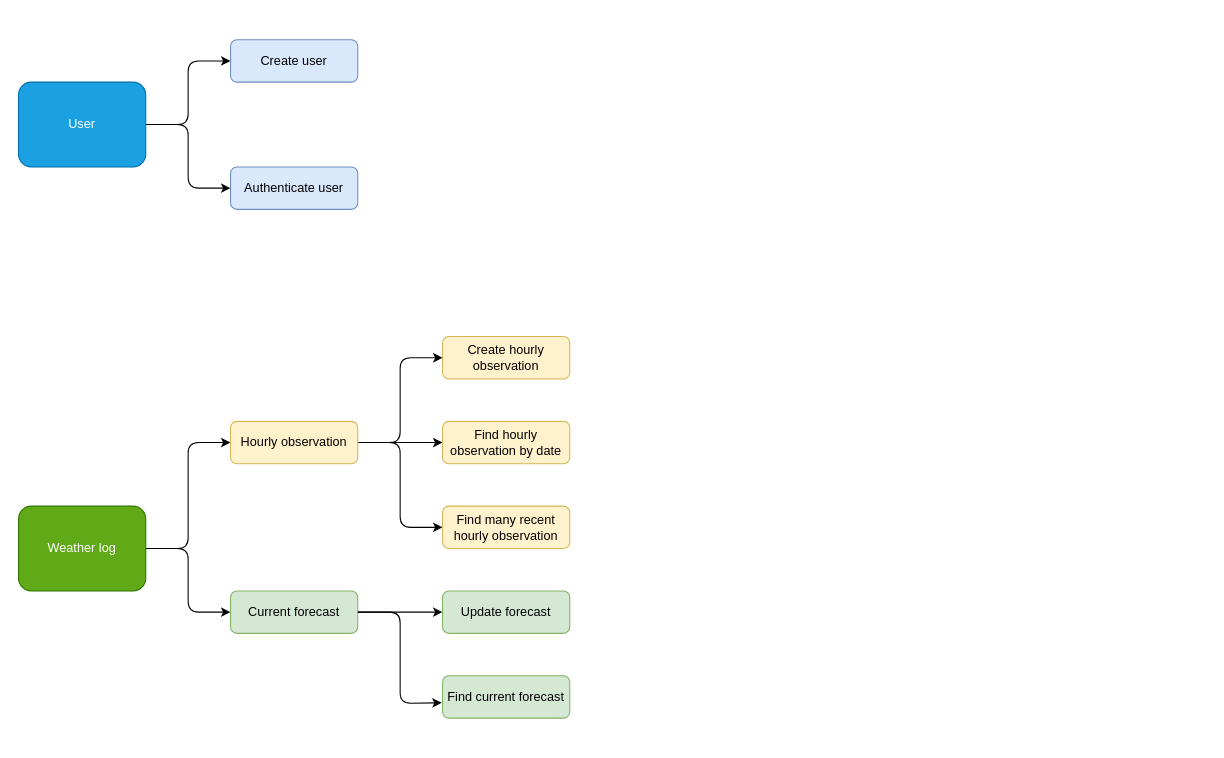
Before: backend/use-cases.drawio in SantiagoMorais/weather-api-with-messaging-system, a draw.io diagram. Source tidied: cells renumbered, new cells numbered last; positions are measured from the earlier drawing's top-left corner, leaving out a move shared by most shapes. Both pictures are drawn from the tidied source at 106%, with x=0, y=0 at pixel (18, 39).
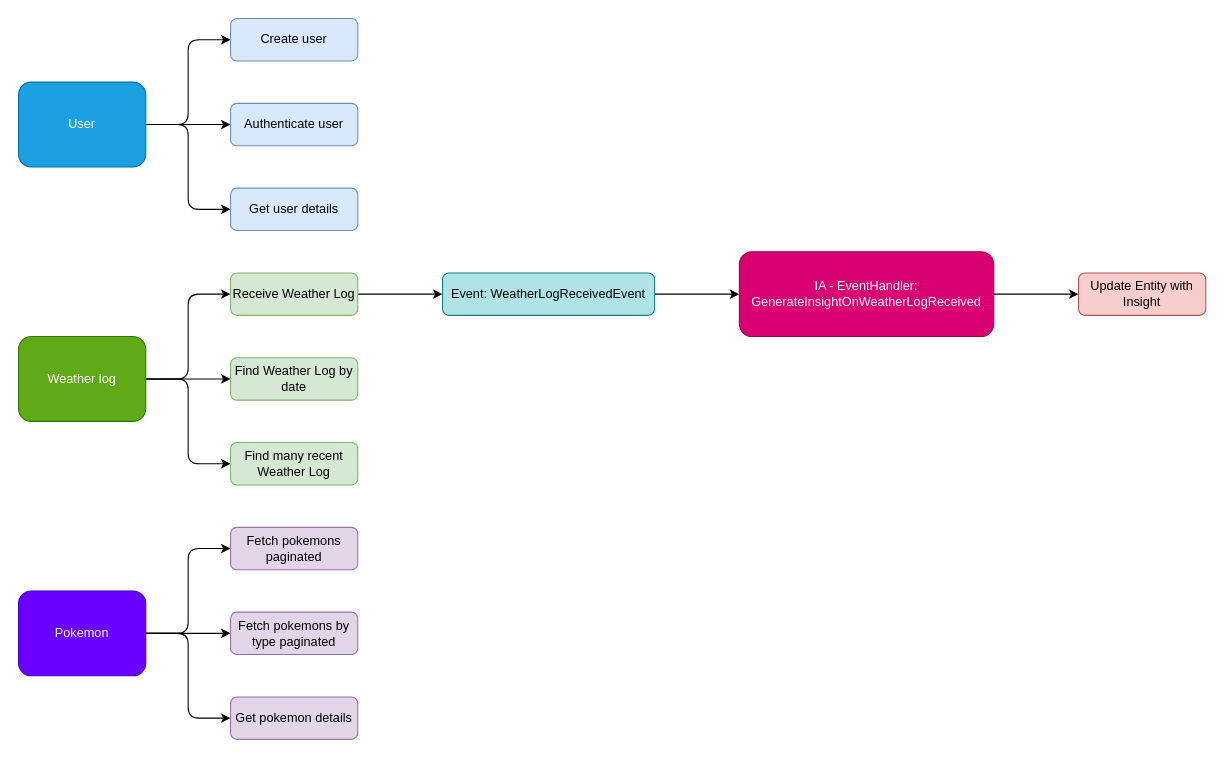
The same diagram, later.

The change refers to these unchanged cells:
```xml
<mxCell id="4" value="User" style="rounded=1;whiteSpace=wrap;html=1;fillColor=#1ba1e2;strokeColor=#006EAF;fontColor=#ffffff;" parent="1" vertex="1">
  <mxGeometry y="40" width="120" height="80" as="geometry" />
</mxCell>
```

The edit, as a diff of the source:
```diff
@@
     <mxCell id="2" style="edgeStyle=none;html=1;entryX=0;entryY=0.5;entryDx=0;entryDy=0;exitX=1;exitY=0.5;exitDx=0;exitDy=0;" parent="1" edge="1" source="4" target="5">
       <mxGeometry relative="1" as="geometry">
         <Array as="points">
           <mxPoint x="160" y="80" />
-          <mxPoint x="160" y="140" />
+          <mxPoint x="160" y="160" />
         </Array>
       </mxGeometry>
     </mxCell>
     <mxCell id="3" style="edgeStyle=none;html=1;entryX=0;entryY=0.5;entryDx=0;entryDy=0;" parent="1" edge="1" source="4" target="6">
       <mxGeometry relative="1" as="geometry">
         <Array as="points">
           <mxPoint x="160" y="80" />
-          <mxPoint x="160" y="20" />
+          <mxPoint x="160" />
         </Array>
       </mxGeometry>
     </mxCell>
+    <mxCell id="22" style="edgeStyle=none;html=1;" parent="1" edge="1" source="4" target="33">
+      <mxGeometry relative="1" as="geometry" />
+    </mxCell>
@@
-    <mxCell id="5" value="Authenticate user" style="rounded=1;whiteSpace=wrap;html=1;fillColor=#dae8fc;strokeColor=#6c8ebf;" parent="1" vertex="1">
-      <mxGeometry x="200" y="120" width="120" height="40" as="geometry" />
+    <mxCell id="5" value="&lt;span style=&quot;color: rgb(0, 0, 0);&quot;&gt;Get user details&lt;/span&gt;" style="rounded=1;whiteSpace=wrap;html=1;fillColor=#dae8fc;strokeColor=#6c8ebf;" parent="1" vertex="1">
+      <mxGeometry x="200" y="140" width="120" height="40" as="geometry" />
     </mxCell>
     <mxCell id="6" value="Create&amp;nbsp;user" style="rounded=1;whiteSpace=wrap;html=1;fillColor=#dae8fc;strokeColor=#6c8ebf;" parent="1" vertex="1">
-      <mxGeometry x="200" width="120" height="40" as="geometry" />
+      <mxGeometry x="200" y="-20" width="120" height="40" as="geometry" />
     </mxCell>
-    <mxCell id="7" style="edgeStyle=none;html=1;entryX=0;entryY=0.5;entryDx=0;entryDy=0;exitX=1;exitY=0.5;exitDx=0;exitDy=0;" parent="1" edge="1" source="9" target="13">
-      <mxGeometry relative="1" as="geometry">
-        <Array as="points">
-          <mxPoint x="160" y="480" />
-          <mxPoint x="160" y="380" />
-        </Array>
-      </mxGeometry>
-    </mxCell>
-    <mxCell id="8" style="edgeStyle=none;html=1;exitX=1;exitY=0.5;exitDx=0;exitDy=0;entryX=0;entryY=0.5;entryDx=0;entryDy=0;" parent="1" edge="1" source="9" target="15">
-      <mxGeometry relative="1" as="geometry">
-        <Array as="points">
-          <mxPoint x="160" y="480" />
-          <mxPoint x="160" y="540" />
-        </Array>
-      </mxGeometry>
-    </mxCell>
+    <mxCell id="23" style="edgeStyle=none;html=1;entryX=0;entryY=0.5;entryDx=0;entryDy=0;" parent="1" edge="1" source="9" target="40">
+      <mxGeometry relative="1" as="geometry">
+        <Array as="points">
+          <mxPoint x="160" y="320" />
+          <mxPoint x="160" y="240" />
+        </Array>
+      </mxGeometry>
+    </mxCell>
+    <mxCell id="24" style="edgeStyle=none;html=1;entryX=0;entryY=0.5;entryDx=0;entryDy=0;" parent="1" edge="1" source="9" target="41">
+      <mxGeometry relative="1" as="geometry" />
+    </mxCell>
+    <mxCell id="25" style="edgeStyle=none;html=1;entryX=0;entryY=0.5;entryDx=0;entryDy=0;exitX=1;exitY=0.5;exitDx=0;exitDy=0;" parent="1" edge="1" source="9" target="42">
+      <mxGeometry relative="1" as="geometry">
+        <Array as="points">
+          <mxPoint x="160" y="320" />
+          <mxPoint x="160" y="400" />
+        </Array>
+      </mxGeometry>
+    </mxCell>
     <mxCell id="9" value="Weather log" style="rounded=1;whiteSpace=wrap;html=1;fillColor=#60a917;strokeColor=#2D7600;fontColor=#ffffff;" parent="1" vertex="1">
-      <mxGeometry y="440" width="120" height="80" as="geometry" />
+      <mxGeometry y="280" width="120" height="80" as="geometry" />
     </mxCell>
-    <mxCell id="10" style="edgeStyle=none;html=1;" parent="1" edge="1" source="13" target="16">
-      <mxGeometry relative="1" as="geometry" />
-    </mxCell>
-    <mxCell id="11" style="edgeStyle=none;html=1;entryX=0;entryY=0.5;entryDx=0;entryDy=0;exitX=1;exitY=0.5;exitDx=0;exitDy=0;" parent="1" edge="1" source="13" target="17">
-      <mxGeometry relative="1" as="geometry">
-        <Array as="points">
-          <mxPoint x="360" y="380" />
-          <mxPoint x="360" y="300" />
-        </Array>
-      </mxGeometry>
-    </mxCell>
-    <mxCell id="12" style="edgeStyle=none;html=1;entryX=0;entryY=0.5;entryDx=0;entryDy=0;exitX=1;exitY=0.5;exitDx=0;exitDy=0;" parent="1" edge="1" source="13" target="18">
-      <mxGeometry relative="1" as="geometry">
-        <Array as="points">
-          <mxPoint x="360" y="380" />
-          <mxPoint x="360" y="460" />
-        </Array>
-      </mxGeometry>
-    </mxCell>
-    <mxCell id="13" value="Hourly observation" style="rounded=1;whiteSpace=wrap;html=1;fillColor=#fff2cc;strokeColor=#d6b656;" parent="1" vertex="1">
-      <mxGeometry x="200" y="360" width="120" height="40" as="geometry" />
-    </mxCell>
-    <mxCell id="14" style="edgeStyle=none;html=1;" parent="1" edge="1" source="15" target="19">
-      <mxGeometry relative="1" as="geometry" />
-    </mxCell>
-    <mxCell id="15" value="Current forecast" style="rounded=1;whiteSpace=wrap;html=1;fillColor=#d5e8d4;strokeColor=#82b366;" parent="1" vertex="1">
-      <mxGeometry x="200" y="520" width="120" height="40" as="geometry" />
-    </mxCell>
-    <mxCell id="16" value="&lt;span style=&quot;color: rgb(0, 0, 0);&quot;&gt;Find hourly observation by date&lt;/span&gt;" style="whiteSpace=wrap;html=1;fillColor=#fff2cc;strokeColor=#d6b656;rounded=1;" parent="1" vertex="1">
-      <mxGeometry x="400" y="360" width="120" height="40" as="geometry" />
-    </mxCell>
-    <mxCell id="17" value="Create hourly observation" style="whiteSpace=wrap;html=1;fillColor=#fff2cc;strokeColor=#d6b656;rounded=1;" parent="1" vertex="1">
-      <mxGeometry x="400" y="280" width="120" height="40" as="geometry" />
-    </mxCell>
-    <mxCell id="18" value="&lt;span style=&quot;color: rgb(0, 0, 0);&quot;&gt;Find many recent hourly observation&lt;/span&gt;" style="whiteSpace=wrap;html=1;fillColor=#fff2cc;strokeColor=#d6b656;rounded=1;" parent="1" vertex="1">
-      <mxGeometry x="400" y="440" width="120" height="40" as="geometry" />
-    </mxCell>
-    <mxCell id="19" value="Update forecast" style="rounded=1;whiteSpace=wrap;html=1;fillColor=#d5e8d4;strokeColor=#82b366;" parent="1" vertex="1">
-      <mxGeometry x="400" y="520" width="120" height="40" as="geometry" />
-    </mxCell>
-    <mxCell id="20" value="Find current forecast" style="rounded=1;whiteSpace=wrap;html=1;fillColor=#d5e8d4;strokeColor=#82b366;" parent="1" vertex="1">
-      <mxGeometry x="400" y="600" width="120" height="40" as="geometry" />
-    </mxCell>
-    <mxCell id="21" style="edgeStyle=none;html=1;entryX=-0.006;entryY=0.638;entryDx=0;entryDy=0;entryPerimeter=0;" parent="1" edge="1" target="20">
-      <mxGeometry relative="1" as="geometry">
-        <mxPoint x="320" y="540" as="sourcePoint" />
-        <Array as="points">
-          <mxPoint x="360" y="540" />
-          <mxPoint x="360" y="626" />
-        </Array>
-      </mxGeometry>
-    </mxCell>
+    <mxCell id="26" style="edgeStyle=none;html=1;entryX=0;entryY=0.5;entryDx=0;entryDy=0;exitX=1;exitY=0.5;exitDx=0;exitDy=0;" parent="1" edge="1" source="28" target="29">
+      <mxGeometry relative="1" as="geometry">
+        <Array as="points">
+          <mxPoint x="160" y="560" />
+        </Array>
+      </mxGeometry>
+    </mxCell>
+    <mxCell id="27" style="edgeStyle=none;html=1;entryX=0;entryY=0.5;entryDx=0;entryDy=0;" parent="1" edge="1" source="28" target="30">
+      <mxGeometry relative="1" as="geometry">
+        <Array as="points">
+          <mxPoint x="160" y="560" />
+          <mxPoint x="160" y="480" />
+        </Array>
+      </mxGeometry>
+    </mxCell>
+    <mxCell id="28" value="Pokemon" style="rounded=1;whiteSpace=wrap;html=1;fillColor=#6a00ff;strokeColor=#3700CC;fontColor=#ffffff;" parent="1" vertex="1">
+      <mxGeometry y="520" width="120" height="80" as="geometry" />
+    </mxCell>
+    <mxCell id="29" value="&lt;span style=&quot;color: rgb(0, 0, 0);&quot;&gt;Fetch pokemons by type paginated&lt;/span&gt;" style="rounded=1;whiteSpace=wrap;html=1;fillColor=#e1d5e7;strokeColor=#9673a6;" parent="1" vertex="1">
+      <mxGeometry x="200" y="540" width="120" height="40" as="geometry" />
+    </mxCell>
+    <mxCell id="30" value="Fetch pokemons paginated" style="rounded=1;whiteSpace=wrap;html=1;fillColor=#e1d5e7;strokeColor=#9673a6;" parent="1" vertex="1">
+      <mxGeometry x="200" y="460" width="120" height="40" as="geometry" />
+    </mxCell>
+    <mxCell id="31" value="Get pokemon details" style="rounded=1;whiteSpace=wrap;html=1;fillColor=#e1d5e7;strokeColor=#9673a6;" parent="1" vertex="1">
+      <mxGeometry x="200" y="620" width="120" height="40" as="geometry" />
+    </mxCell>
+    <mxCell id="32" style="edgeStyle=none;html=1;exitX=1;exitY=0.5;exitDx=0;exitDy=0;entryX=0;entryY=0.5;entryDx=0;entryDy=0;" parent="1" edge="1" source="28" target="31">
+      <mxGeometry relative="1" as="geometry">
+        <Array as="points">
+          <mxPoint x="160" y="560" />
+          <mxPoint x="160" y="640" />
+        </Array>
+      </mxGeometry>
+    </mxCell>
+    <mxCell id="33" value="Authenticate user" style="rounded=1;whiteSpace=wrap;html=1;fillColor=#dae8fc;strokeColor=#6c8ebf;" parent="1" vertex="1">
+      <mxGeometry x="200" y="60" width="120" height="40" as="geometry" />
+    </mxCell>
+    <mxCell id="34" style="edgeStyle=none;html=1;" parent="1" edge="1" source="35" target="37">
+      <mxGeometry relative="1" as="geometry" />
+    </mxCell>
+    <mxCell id="35" value="Event: WeatherLogReceivedEvent" style="rounded=1;whiteSpace=wrap;html=1;fillColor=#b0e3e6;strokeColor=#0e8088;" parent="1" vertex="1">
+      <mxGeometry x="400" y="220" width="200" height="40" as="geometry" />
+    </mxCell>
+    <mxCell id="36" style="edgeStyle=none;html=1;" parent="1" edge="1" source="37" target="38">
+      <mxGeometry relative="1" as="geometry" />
+    </mxCell>
+    <mxCell id="37" value="&lt;font style=&quot;color: light-dark(rgb(255, 255, 255), rgb(237, 237, 237));&quot;&gt;IA - EventHandler:&lt;/font&gt;&lt;div&gt;&lt;font style=&quot;color: light-dark(rgb(255, 255, 255), rgb(237, 237, 237));&quot;&gt;GenerateInsightOnWeatherLogReceived&lt;/font&gt;&lt;/div&gt;" style="rounded=1;whiteSpace=wrap;html=1;fillColor=#d80073;strokeColor=#A50040;fontColor=#ffffff;" parent="1" vertex="1">
+      <mxGeometry x="680" y="200" width="240" height="80" as="geometry" />
+    </mxCell>
+    <mxCell id="38" value="Update Entity with Insight" style="rounded=1;whiteSpace=wrap;html=1;fillColor=#f8cecc;strokeColor=#b85450;" parent="1" vertex="1">
+      <mxGeometry x="1000" y="220" width="120" height="40" as="geometry" />
+    </mxCell>
+    <mxCell id="39" style="edgeStyle=none;html=1;entryX=0;entryY=0.5;entryDx=0;entryDy=0;" parent="1" edge="1" source="40" target="35">
+      <mxGeometry relative="1" as="geometry" />
+    </mxCell>
+    <mxCell id="40" value="Receive Weather Log" style="rounded=1;whiteSpace=wrap;html=1;fillColor=#d5e8d4;strokeColor=#82b366;" parent="1" vertex="1">
+      <mxGeometry x="200" y="220" width="120" height="40" as="geometry" />
+    </mxCell>
+    <mxCell id="41" value="Find Weather Log by date" style="rounded=1;whiteSpace=wrap;html=1;fillColor=#d5e8d4;strokeColor=#82b366;" parent="1" vertex="1">
+      <mxGeometry x="200" y="300" width="120" height="40" as="geometry" />
+    </mxCell>
+    <mxCell id="42" value="Find many recent Weather Log" style="rounded=1;whiteSpace=wrap;html=1;fillColor=#d5e8d4;strokeColor=#82b366;" parent="1" vertex="1">
+      <mxGeometry x="200" y="380" width="120" height="40" as="geometry" />
+    </mxCell>
```
